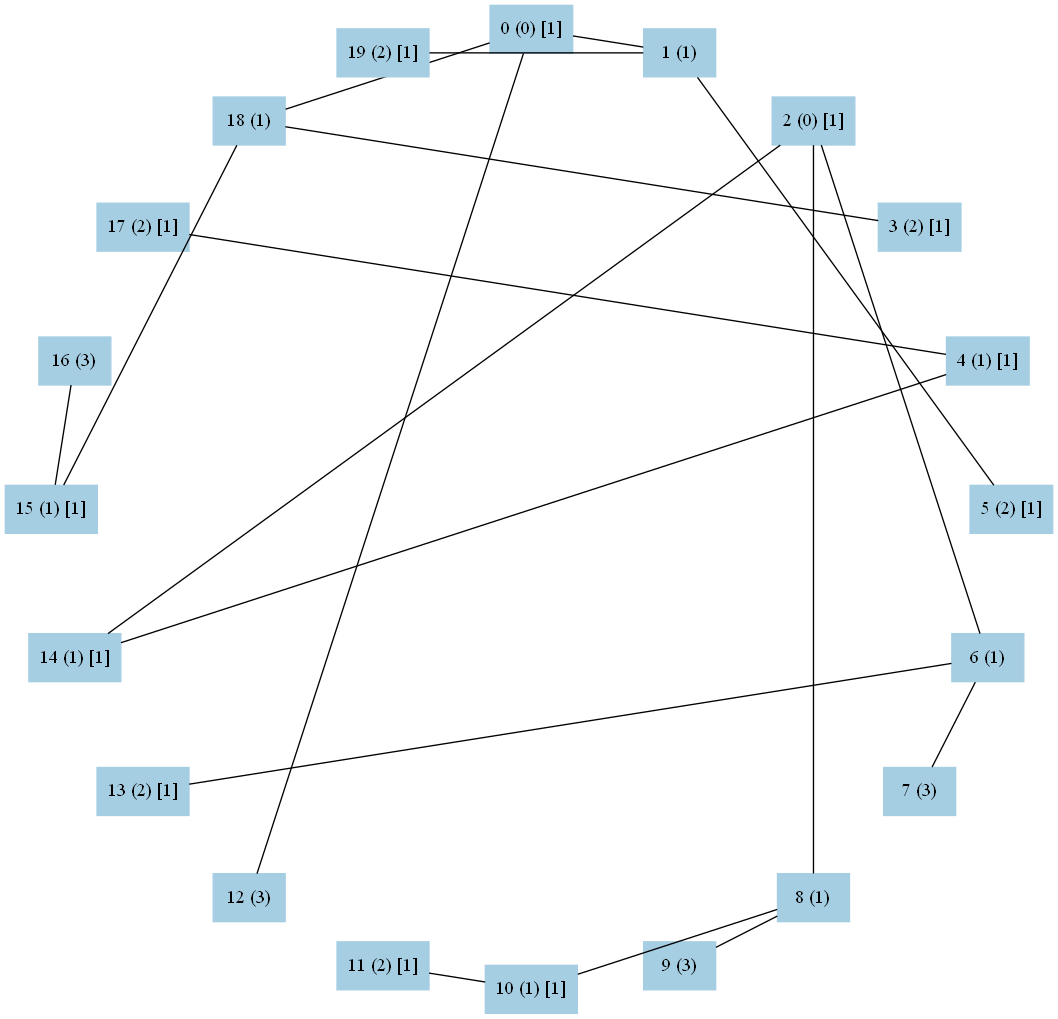
The Graphviz diagram graph2.png in kohinigeee/kenkyuu, before a commit. Its source is kept beside it as graph2.dot.
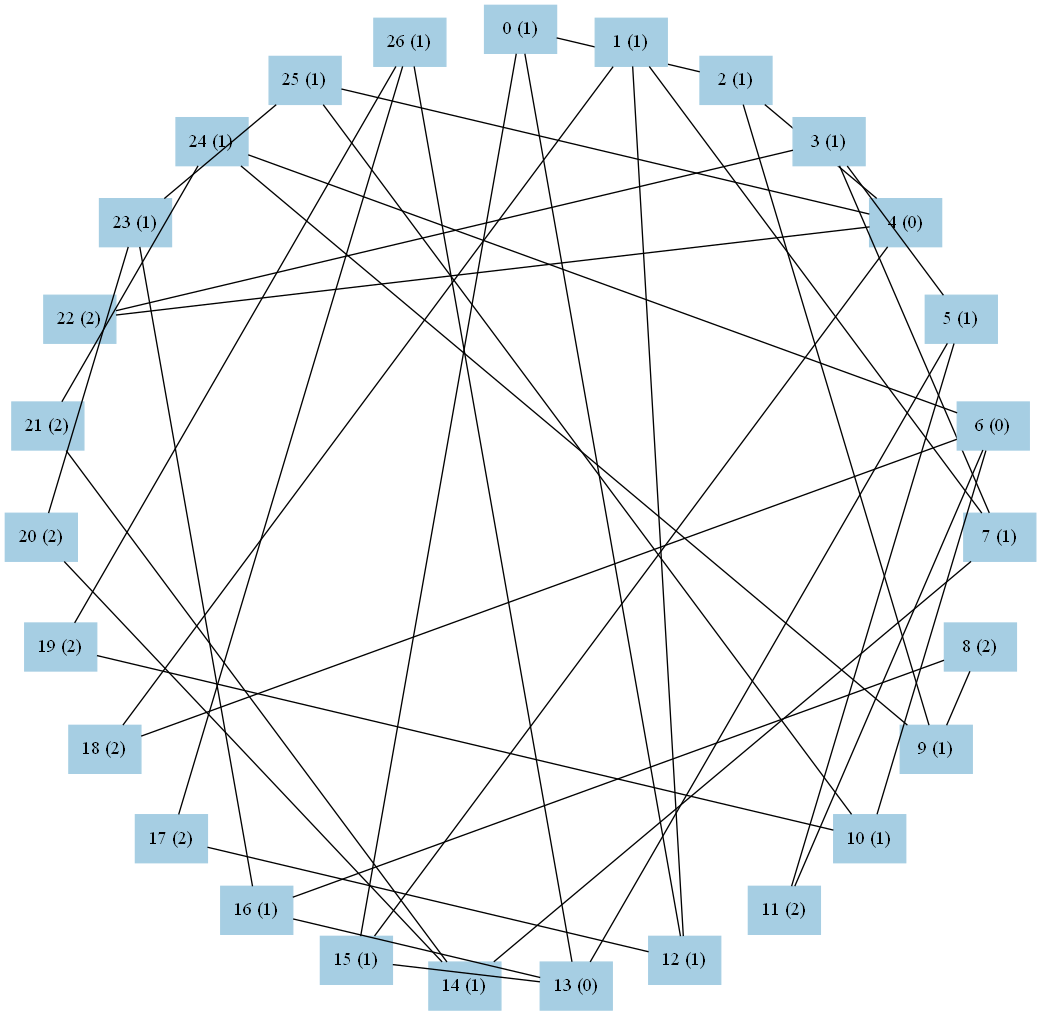
The same diagram one commit later.

What changed in the source:
```diff
@@ -12,102 +12,150 @@
 	node[ color=1 ]
 	0[
 		pos="5.000, 5.000!",
-		label="0 (0) [1]"
+		label="0 (1)"
 	]
 	1[
-		pos="6.545, 4.755!",
+		pos="6.153, 4.865!",
 		label="1 (1)"
 	]
 	2[
-		pos="7.939, 4.045!",
-		label="2 (0) [1]"
+		pos="7.244, 4.468!",
+		label="2 (1)"
 	]
 	3[
-		pos="9.045, 2.939!",
-		label="3 (2) [1]"
+		pos="8.214, 3.830!",
+		label="3 (1)"
 	]
 	4[
-		pos="9.755, 1.545!",
-		label="4 (1) [1]"
+		pos="9.011, 2.986!",
+		label="4 (0)"
 	]
 	5[
-		pos="10.000, 0.000!",
-		label="5 (2) [1]"
+		pos="9.591, 1.980!",
+		label="5 (1)"
 	]
 	6[
-		pos="9.755, -1.545!",
-		label="6 (1)"
+		pos="9.924, 0.868!",
+		label="6 (0)"
 	]
 	7[
-		pos="9.045, -2.939!",
-		label="7 (3)"
+		pos="9.992, -0.291!",
+		label="7 (1)"
 	]
 	8[
-		pos="7.939, -4.045!",
-		label="8 (1)"
+		pos="9.790, -1.434!",
+		label="8 (2)"
 	]
 	9[
-		pos="6.545, -4.755!",
-		label="9 (3)"
+		pos="9.330, -2.500!",
+		label="9 (1)"
 	]
 	10[
-		pos="5.000, -5.000!",
-		label="10 (1) [1]"
+		pos="8.637, -3.431!",
+		label="10 (1)"
 	]
 	11[
-		pos="3.455, -4.755!",
-		label="11 (2) [1]"
+		pos="7.748, -4.177!",
+		label="11 (2)"
 	]
 	12[
-		pos="2.061, -4.045!",
-		label="12 (3)"
+		pos="6.710, -4.698!",
+		label="12 (1)"
 	]
 	13[
-		pos="0.955, -2.939!",
-		label="13 (2) [1]"
+		pos="5.580, -4.966!",
+		label="13 (0)"
 	]
 	14[
-		pos="0.245, -1.545!",
-		label="14 (1) [1]"
+		pos="4.420, -4.966!",
+		label="14 (1)"
 	]
 	15[
-		pos="0.000, 0.000!",
-		label="15 (1) [1]"
+		pos="3.290, -4.698!",
+		label="15 (1)"
 	]
 	16[
-		pos="0.245, 1.545!",
-		label="16 (3)"
+		pos="2.252, -4.177!",
+		label="16 (1)"
 	]
 	17[
-		pos="0.955, 2.939!",
-		label="17 (2) [1]"
+		pos="1.363, -3.431!",
+		label="17 (2)"
 	]
 	18[
-		pos="2.061, 4.045!",
-		label="18 (1)"
+		pos="0.670, -2.500!",
+		label="18 (2)"
 	]
 	19[
-		pos="3.455, 4.755!",
-		label="19 (2) [1]"
+		pos="0.210, -1.434!",
+		label="19 (2)"
+	]
+	20[
+		pos="0.008, -0.291!",
+		label="20 (2)"
+	]
+	21[
+		pos="0.076, 0.868!",
+		label="21 (2)"
+	]
+	22[
+		pos="0.409, 1.980!",
+		label="22 (2)"
+	]
+	23[
+		pos="0.989, 2.986!",
+		label="23 (1)"
+	]
+	24[
+		pos="1.786, 3.830!",
+		label="24 (1)"
+	]
+	25[
+		pos="2.756, 4.468!",
+		label="25 (1)"
+	]
+	26[
+		pos="3.847, 4.865!",
+		label="26 (1)"
 	]
 	}
 
 	0--12
-	0--1
-	0--18
-	1--19
-	1--5
-	2--14
-	2--6
-	2--8
-	3--18
-	4--17
-	4--14
-	6--13
-	6--7
-	8--10
+	0--2
+	0--15
+	1--18
+	1--12
+	1--7
+	2--4
+	2--9
+	3--5
+	3--22
+	3--7
+	4--25
+	4--15
+	4--22
+	5--13
+	5--11
+	6--18
+	6--24
+	6--11
+	6--10
+	7--14
+	8--16
 	8--9
-	10--11
-	15--18
-	15--16
+	9--24
+	10--19
+	10--25
+	12--17
+	13--15
+	13--26
+	13--16
+	14--20
+	14--21
+	16--23
+	17--26
+	19--26
+	20--23
+	21--24
+	23--25
 }
```
